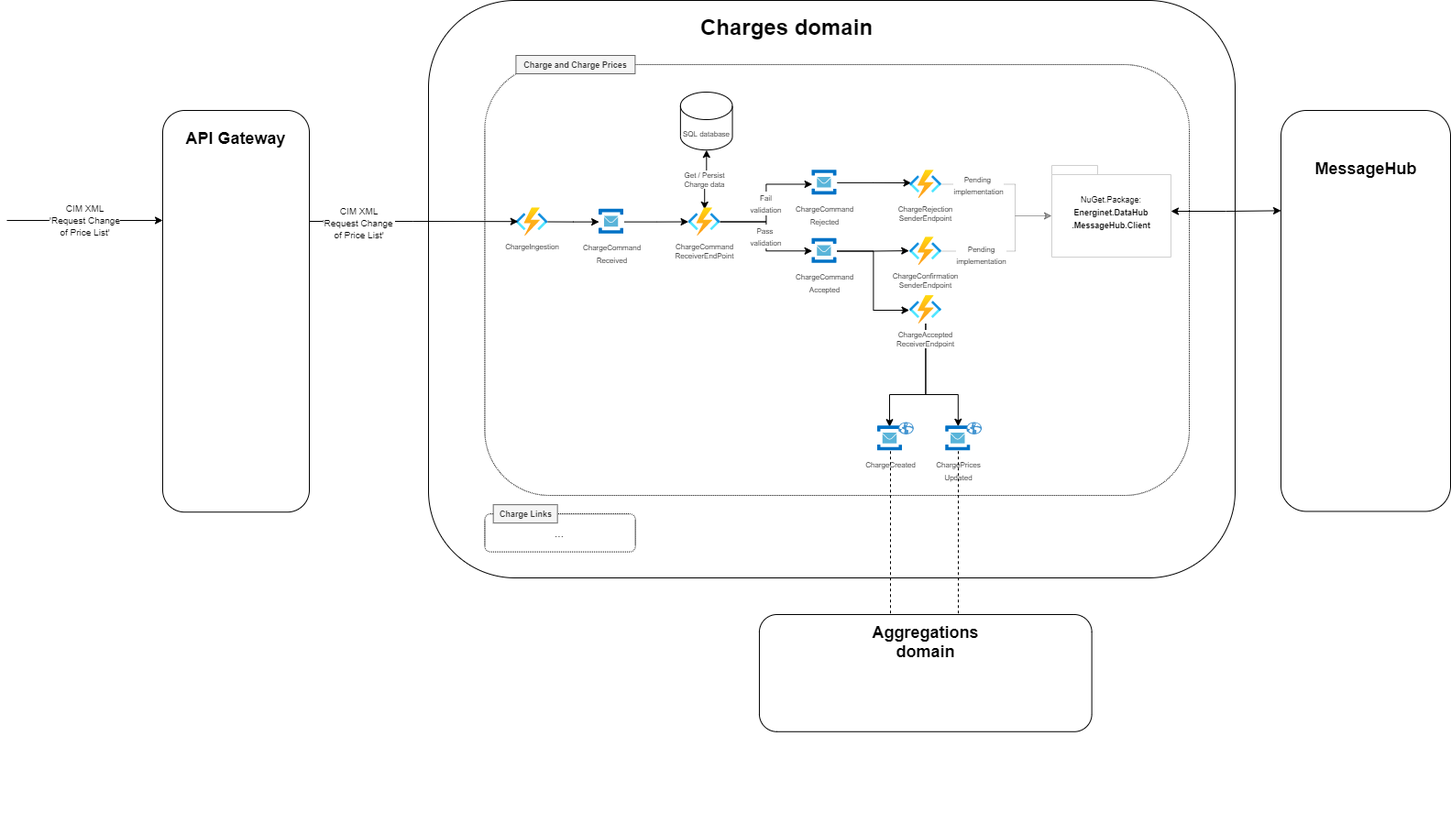
Earlier version of the draw.io export ARCHITECTURE-ChargeAndChargePrices.png (Energinet-DataHub/ARCHIVED-geh-charges). Source tidied: cells renumbered, new cells last; positions are measured from the earlier drawing's top-left corner, leaving out a move shared by most shapes.
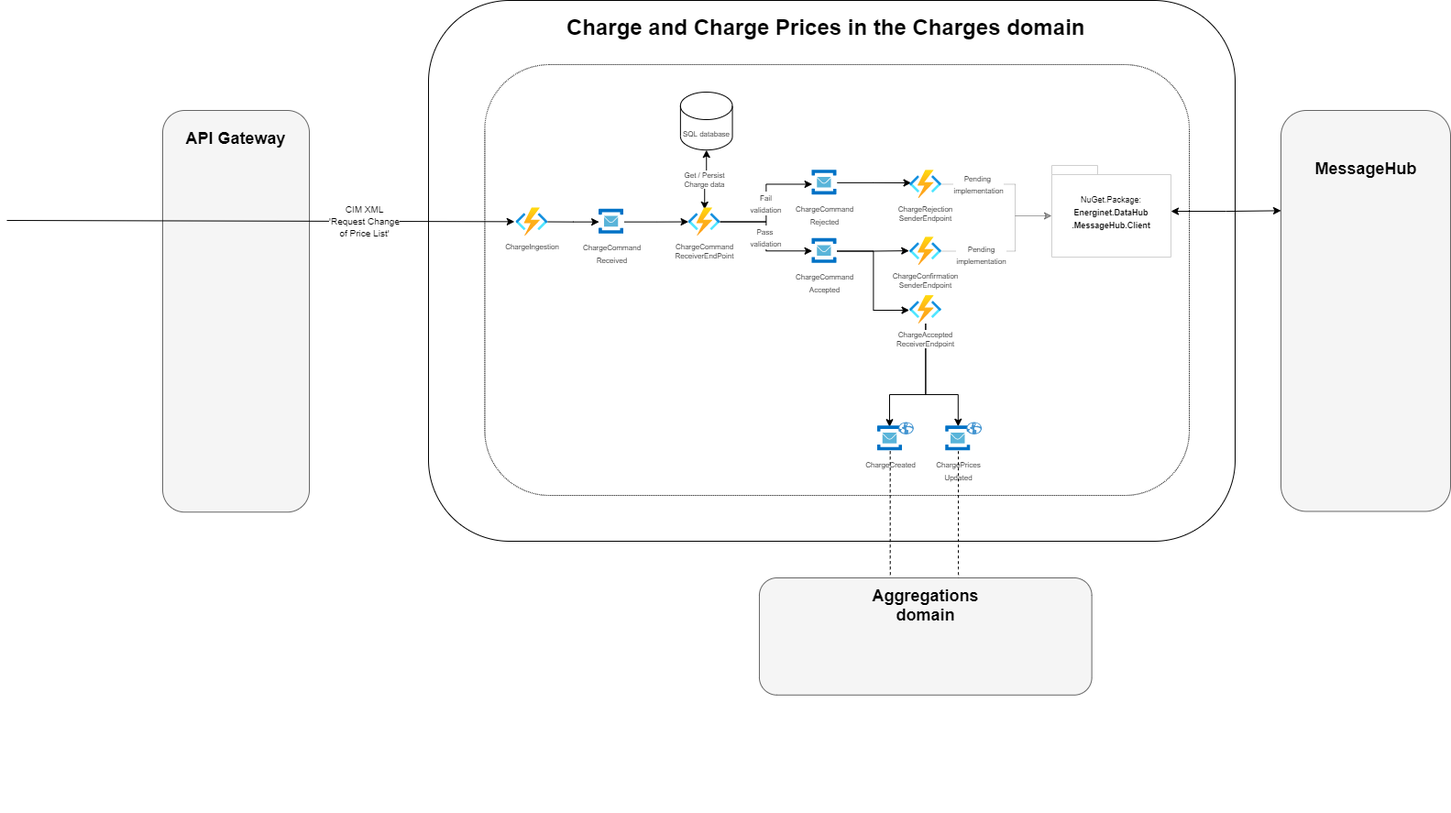
The same diagram one commit later.

Commit message:
Renamed Charges domain box headers & changed color

The edit, as a diff of the source:
```diff
@@ -6,10 +6,10 @@
       <mxGeometry x="440" width="900" height="885.6" as="geometry" />
     </mxCell>
     <mxCell id="3" style="rounded=1;whiteSpace=wrap;html=1;" parent="2" vertex="1">
-      <mxGeometry x="20" width="880" height="630" as="geometry" />
+      <mxGeometry x="20" width="880" height="590" as="geometry" />
     </mxCell>
-    <mxCell id="4" value="&lt;h1&gt;Charges domain&lt;br&gt;&lt;/h1&gt;" style="text;html=1;strokeColor=none;fillColor=none;spacing=5;spacingTop=-20;whiteSpace=wrap;overflow=hidden;rounded=0;dashed=1;" parent="2" vertex="1">
-      <mxGeometry x="311.7" y="10" width="226.7" height="36.5" as="geometry" />
+    <mxCell id="4" value="&lt;h1&gt;Charge and Charge Prices in the Charges domain&lt;br&gt;&lt;/h1&gt;" style="text;html=1;strokeColor=none;fillColor=none;spacing=5;spacingTop=-20;whiteSpace=wrap;overflow=hidden;rounded=0;dashed=1;" parent="2" vertex="1">
+      <mxGeometry x="165.7" y="10" width="600" height="36.5" as="geometry" />
     </mxCell>
     <mxCell id="5" style="rounded=1;whiteSpace=wrap;html=1;dashed=1;dashPattern=1 1;align=center;" parent="2" vertex="1">
       <mxGeometry x="81.4" y="70" width="768.6" height="470" as="geometry" />
@@ -78,21 +78,9 @@
     <mxCell id="23" value="&lt;font style=&quot;font-size: 8px&quot;&gt;ChargeAccepted&lt;br&gt;ReceiverEndpoint&lt;br&gt;&lt;/font&gt;" style="html=1;points=[];align=center;image;fontSize=9;image=img/lib/azure2/compute/Function_Apps.svg;labelPosition=center;verticalLabelPosition=bottom;verticalAlign=top;" parent="2" vertex="1">
       <mxGeometry x="545" y="322.1" width="34.7" height="30.6" as="geometry" />
     </mxCell>
-    <mxCell id="24" value="Charge and Charge Prices" style="text;html=1;align=center;verticalAlign=middle;strokeColor=#666666;fillColor=#f5f5f5;fontStyle=1;fontSize=9;fontColor=#333333;" parent="2" vertex="1">
-      <mxGeometry x="115.4" y="60" width="130" height="20" as="geometry" />
-    </mxCell>
     <mxCell id="25" value="&lt;font style=&quot;font-size: 8px&quot;&gt;SQL database&lt;/font&gt;" style="shape=cylinder3;whiteSpace=wrap;html=1;boundedLbl=1;backgroundOutline=1;size=15;" parent="2" vertex="1">
       <mxGeometry x="294.9" y="100" width="56.7" height="63.2" as="geometry" />
     </mxCell>
-    <mxCell id="26" style="group;" parent="2" vertex="1">
-      <mxGeometry x="81.4" y="550.1" width="164.3" height="51.5" as="geometry" />
-    </mxCell>
-    <mxCell id="27" value="..." style="rounded=1;whiteSpace=wrap;html=1;dashed=1;dashPattern=1 1;align=center;" parent="26" vertex="1">
-      <mxGeometry y="10" width="164.3" height="41.5" as="geometry" />
-    </mxCell>
-    <mxCell id="28" value="Charge Links" style="text;html=1;align=center;verticalAlign=middle;strokeColor=#666666;fillColor=#f5f5f5;fontStyle=1;fontSize=9;fontColor=#333333;" parent="26" vertex="1">
-      <mxGeometry x="9.2" width="70" height="20" as="geometry" />
-    </mxCell>
     <mxCell id="29" style="group;align=center;" parent="2" vertex="1">
       <mxGeometry x="510" y="460" width="39.4" height="31.7" as="geometry" />
     </mxCell>
@@ -131,40 +119,45 @@
       </mxGeometry>
     </mxCell>
     <mxCell id="38" style="group;" parent="2" vertex="1">
-      <mxGeometry x="381" y="670" width="362.7" height="127.8" as="geometry" />
+      <mxGeometry x="381" y="630" width="362.7" height="127.8" as="geometry" />
     </mxCell>
-    <mxCell id="39" style="rounded=1;whiteSpace=wrap;html=1;" parent="38" vertex="1">
+    <mxCell id="39" style="rounded=1;whiteSpace=wrap;html=1;fillColor=#f5f5f5;strokeColor=#666666;fontColor=#333333;" parent="38" vertex="1">
       <mxGeometry width="362.7" height="127.8" as="geometry" />
     </mxCell>
     <mxCell id="40" value="&lt;b&gt;&lt;font style=&quot;font-size: 18px&quot;&gt;Aggregations domain&lt;/font&gt;&lt;/b&gt;" style="text;html=1;strokeColor=none;fillColor=none;align=center;verticalAlign=middle;whiteSpace=wrap;rounded=0;" parent="38" vertex="1">
       <mxGeometry x="102" y="9.1" width="158.7" height="41.2" as="geometry" />
     </mxCell>
+    <mxCell id="51" style="edgeStyle=orthogonalEdgeStyle;rounded=0;jettySize=auto;html=1;dashed=1;endArrow=none;endFill=0;entryX=0.599;entryY=0;entryDx=0;entryDy=0;entryPerimeter=0;" parent="2" edge="1" source="33" target="39">
+      <mxGeometry relative="1" as="geometry">
+        <Array as="points">
+          <mxPoint x="598" y="620" />
+          <mxPoint x="598" y="620" />
+        </Array>
+      </mxGeometry>
+    </mxCell>
+    <mxCell id="50" style="edgeStyle=orthogonalEdgeStyle;rounded=0;jettySize=auto;html=1;dashed=1;endArrow=none;endFill=0;entryX=0.394;entryY=-0.011;entryDx=0;entryDy=0;entryPerimeter=0;" parent="2" edge="1" source="30" target="39">
+      <mxGeometry relative="1" as="geometry">
+        <Array as="points">
+          <mxPoint x="524" y="610" />
+          <mxPoint x="524" y="629" />
+        </Array>
+      </mxGeometry>
+    </mxCell>
-    <mxCell id="41" style="rounded=1;whiteSpace=wrap;html=1;" parent="1" vertex="1">
+    <mxCell id="41" style="rounded=1;whiteSpace=wrap;html=1;fillColor=#f5f5f5;strokeColor=#666666;fontColor=#333333;" parent="1" vertex="1">
       <mxGeometry x="170" y="120" width="160" height="438.2" as="geometry" />
     </mxCell>
     <mxCell id="42" value="&lt;b&gt;&lt;font style=&quot;font-size: 18px&quot;&gt;API Gateway&lt;/font&gt;&lt;/b&gt;" style="text;html=1;strokeColor=none;fillColor=none;align=center;verticalAlign=middle;whiteSpace=wrap;rounded=0;" parent="1" vertex="1">
       <mxGeometry x="175" y="140" width="150" height="22.6" as="geometry" />
     </mxCell>
-    <mxCell id="43" value="&lt;span style=&quot;font-size: x-small&quot;&gt;CIM XML&lt;/span&gt;&lt;br style=&quot;font-size: x-small&quot;&gt;&lt;span style=&quot;font-size: x-small&quot;&gt;'Request Change&lt;/span&gt;&lt;br style=&quot;font-size: x-small&quot;&gt;&lt;span style=&quot;font-size: x-small&quot;&gt;of Price List'&lt;/span&gt;" style="endArrow=classic;html=1;" parent="1" edge="1">
-      <mxGeometry relative="1" as="geometry">
+    <mxCell id="43" value="&lt;span style=&quot;font-size: x-small&quot;&gt;CIM XML&lt;/span&gt;&lt;br style=&quot;font-size: x-small&quot;&gt;&lt;span style=&quot;font-size: x-small&quot;&gt;'Request Change&lt;/span&gt;&lt;br style=&quot;font-size: x-small&quot;&gt;&lt;span style=&quot;font-size: x-small&quot;&gt;of Price List'&lt;/span&gt;" style="endArrow=classic;html=1;entryX=-0.048;entryY=0.494;entryDx=0;entryDy=0;entryPerimeter=0;" parent="1" edge="1" target="9">
+      <mxGeometry x="0.41" relative="1" as="geometry">
         <mxPoint y="240" as="sourcePoint" />
-        <mxPoint x="170" y="240" as="targetPoint" />
       </mxGeometry>
     </mxCell>
-    <mxCell id="44" style="edgeStyle=orthogonalEdgeStyle;rounded=0;jettySize=auto;html=1;entryX=0.068;entryY=0.489;entryDx=0;entryDy=0;entryPerimeter=0;" parent="1" edge="1" target="9">
-      <mxGeometry relative="1" as="geometry">
-        <mxPoint x="330" y="241" as="sourcePoint" />
-      </mxGeometry>
-    </mxCell>
-    <mxCell id="45" value="&lt;font size=&quot;1&quot;&gt;CIM XML&lt;br&gt;'Request Change &lt;br&gt;of Price List'&lt;br&gt;&lt;/font&gt;" style="edgeLabel;html=1;align=center;verticalAlign=middle;" parent="44" vertex="1">
-      <mxGeometry x="-0.54" y="-2" relative="1" as="geometry">
-        <mxPoint x="1" y="-1" as="offset" />
-      </mxGeometry>
-    </mxCell>
     <mxCell id="46" style="group;" parent="1" vertex="1">
       <mxGeometry x="1390" y="120" width="185" height="437.4" as="geometry" />
     </mxCell>
-    <mxCell id="47" style="rounded=1;whiteSpace=wrap;html=1;" parent="46" vertex="1">
+    <mxCell id="47" style="rounded=1;whiteSpace=wrap;html=1;fillColor=#f5f5f5;strokeColor=#666666;fontColor=#333333;" parent="46" vertex="1">
       <mxGeometry width="185" height="437.4" as="geometry" />
     </mxCell>
     <mxCell id="48" value="&lt;b&gt;&lt;font style=&quot;font-size: 18px&quot;&gt;MessageHub&lt;/font&gt;&lt;/b&gt;" style="text;html=1;strokeColor=none;fillColor=none;align=center;verticalAlign=middle;whiteSpace=wrap;rounded=0;" parent="46" vertex="1">
@@ -173,21 +166,5 @@
     <mxCell id="49" style="edgeStyle=orthogonalEdgeStyle;rounded=0;jettySize=auto;html=1;startArrow=classic;startFill=1;endArrow=classic;endFill=1;strokeColor=#000000;entryX=0;entryY=0.25;entryDx=0;entryDy=0;" parent="1" edge="1" source="35" target="47">
       <mxGeometry relative="1" as="geometry" />
     </mxCell>
-    <mxCell id="50" style="edgeStyle=orthogonalEdgeStyle;rounded=0;jettySize=auto;html=1;dashed=1;endArrow=none;endFill=0;" parent="1" edge="1" source="30">
-      <mxGeometry relative="1" as="geometry">
-        <mxPoint x="964" y="670" as="targetPoint" />
-        <Array as="points">
-          <mxPoint x="964" y="670" />
-        </Array>
-      </mxGeometry>
-    </mxCell>
-    <mxCell id="51" style="edgeStyle=orthogonalEdgeStyle;rounded=0;jettySize=auto;html=1;dashed=1;endArrow=none;endFill=0;" parent="1" edge="1" source="33">
-      <mxGeometry relative="1" as="geometry">
-        <mxPoint x="1038" y="670" as="targetPoint" />
-        <Array as="points">
-          <mxPoint x="1038" y="670" />
-        </Array>
-      </mxGeometry>
-    </mxCell>
   </root>
 </mxGraphModel>
```
